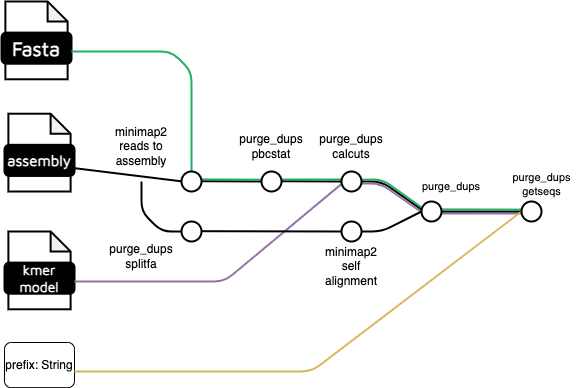
This is docs/images/v1/purge_dups.png from sanger-tol/genomeassembly, a draw.io export, as it was before one commit. Source tidied: cells renumbered, new cells last; positions are measured from the earlier drawing's top-left corner, leaving out a move shared by most shapes.
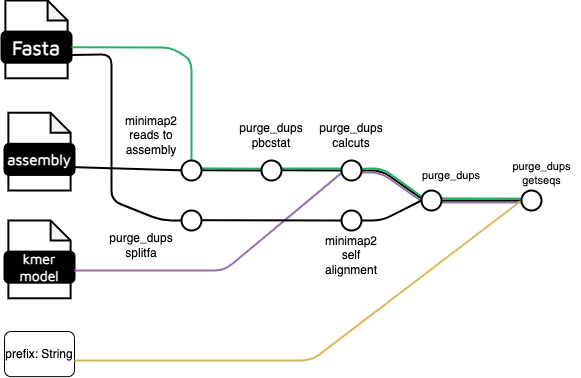
Above is the later version.

Commit message:
Edits to purge dups figure

Diff of the diagram source:
```diff
@@ -3,7 +3,7 @@
     <mxCell id="0" />
     <mxCell id="1" parent="0" />
     <mxCell id="2" style="group;" parent="1" vertex="1">
-      <mxGeometry width="70" height="77.8" as="geometry" />
+      <mxGeometry y="10" width="70" height="77.8" as="geometry" />
     </mxCell>
     <mxCell id="3" style="shape=note;whiteSpace=wrap;html=1;backgroundOutline=1;darkOpacity=0.05;rounded=1;size=20;strokeWidth=2;" parent="2" vertex="1">
       <mxGeometry x="3.9" width="62.2" height="77.8" as="geometry" />
@@ -12,7 +12,7 @@
       <mxGeometry y="31.1" width="70" height="31.1" as="geometry" />
     </mxCell>
     <mxCell id="5" style="group;" parent="1" vertex="1">
-      <mxGeometry x="3" y="112.2" width="70" height="77.8" as="geometry" />
+      <mxGeometry x="3" y="122.2" width="70" height="77.8" as="geometry" />
     </mxCell>
     <mxCell id="6" style="shape=note;whiteSpace=wrap;html=1;backgroundOutline=1;darkOpacity=0.05;rounded=1;size=20;strokeWidth=2;" parent="5" vertex="1">
       <mxGeometry x="3.9" width="62.2" height="77.8" as="geometry" />
@@ -32,12 +32,11 @@
     <mxCell id="11" value="&lt;font face=&quot;Maven Pro&quot; color=&quot;#ffffff&quot;&gt;&lt;b&gt;&lt;font style=&quot;font-size: 14px;&quot;&gt;kmer model&lt;/font&gt;&lt;/b&gt;&lt;/font&gt;" style="rounded=1;whiteSpace=wrap;html=1;strokeWidth=2;fillColor=#000000;" parent="9" vertex="1">
       <mxGeometry y="31.1" width="70" height="31.1" as="geometry" />
     </mxCell>
-    <mxCell id="12" style="endArrow=none;html=1;rounded=1;strokeWidth=2;entryX=0.5;entryY=0;entryDx=0;entryDy=0;strokeColor=#24B064;" parent="1" edge="1">
+    <mxCell id="12" style="endArrow=none;html=1;rounded=1;strokeWidth=2;entryX=0.5;entryY=0;entryDx=0;entryDy=0;strokeColor=#24B064;exitX=1;exitY=0.5;exitDx=0;exitDy=0;" parent="1" edge="1" source="4">
       <mxGeometry relative="1" as="geometry">
-        <mxPoint x="70" y="50" as="sourcePoint" />
         <mxPoint x="190" y="170" as="targetPoint" />
         <Array as="points">
-          <mxPoint x="170" y="50" />
+          <mxPoint x="170" y="57" />
           <mxPoint x="190" y="70" />
         </Array>
       </mxGeometry>
@@ -48,7 +47,7 @@
       </mxGeometry>
     </mxCell>
     <mxCell id="14" value="minimap2 reads to assembly" style="text;html=1;strokeColor=none;fillColor=none;align=center;verticalAlign=middle;whiteSpace=wrap;rounded=0;" parent="1" vertex="1">
-      <mxGeometry x="110" y="130" width="60" height="30" as="geometry" />
+      <mxGeometry x="120" y="130" width="60" height="30" as="geometry" />
     </mxCell>
     <mxCell id="15" style="endArrow=none;html=1;rounded=1;strokeWidth=2;" parent="1" edge="1">
       <mxGeometry relative="1" as="geometry">
@@ -98,13 +97,13 @@
     <mxCell id="24" style="ellipse;whiteSpace=wrap;html=1;rounded=1;rotation=0;strokeWidth=2;" parent="1" vertex="1">
       <mxGeometry x="180" y="220" width="20" height="20" as="geometry" />
     </mxCell>
-    <mxCell id="25" style="endArrow=none;html=1;rounded=1;strokeWidth=2;" parent="1" edge="1">
+    <mxCell id="25" style="endArrow=none;html=1;rounded=1;strokeWidth=2;entryX=1;entryY=0.75;entryDx=0;entryDy=0;" parent="1" edge="1" target="4">
       <mxGeometry relative="1" as="geometry">
         <mxPoint x="180" y="230" as="sourcePoint" />
-        <mxPoint x="140" y="180" as="targetPoint" />
         <Array as="points">
           <mxPoint x="160" y="230" />
-          <mxPoint x="140" y="210" />
+          <mxPoint x="110" y="210" />
+          <mxPoint x="110" y="64" />
         </Array>
       </mxGeometry>
     </mxCell>
```
